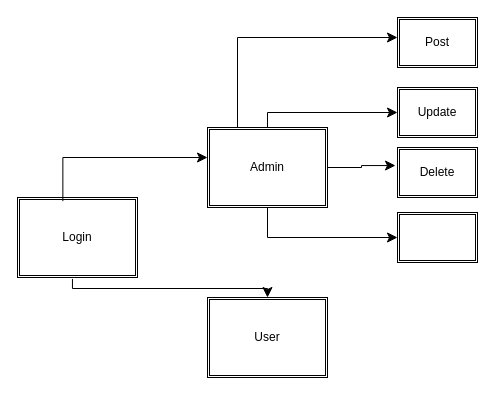
This is Calendify.drawio from Revin400/Web_app_development_2526, a draw.io file, before an edit. Source tidied: cells renumbered, new cells numbered last; positions are measured from the earlier drawing's top-left corner, leaving out a move shared by most shapes. Both pictures are drawn from the tidied source at 100%, with x=0, y=0 at pixel (17, 17).
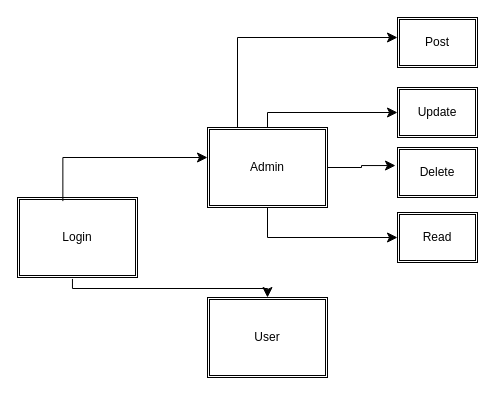
Above is the later version.

The edit, as a diff of the source:
```diff
@@
-    <mxCell id="11" style="shape=ext;double=1;rounded=0;whiteSpace=wrap;html=1;" parent="1" vertex="1">
+    <mxCell id="11" value="Read" style="shape=ext;double=1;rounded=0;whiteSpace=wrap;html=1;" parent="1" vertex="1">
       <mxGeometry x="380" y="195" width="80" height="50" as="geometry" />
     </mxCell>
```
